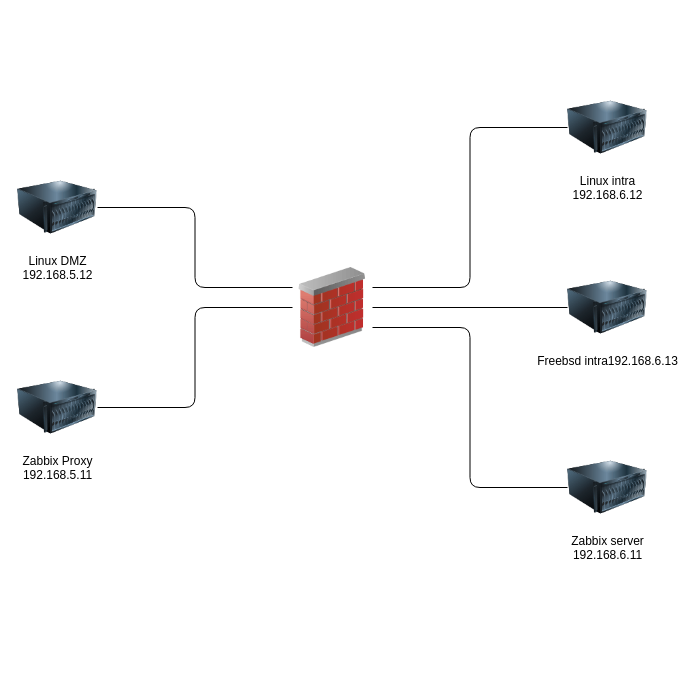
Before: Zabbix.drawio in swenr/zabbix, a draw.io diagram. Source tidied: cells renumbered, new cells numbered last; positions are measured from the earlier drawing's top-left corner, leaving out a move shared by most shapes. Both pictures are drawn from the tidied source at 100%, with x=0, y=0 at pixel (17, 87).
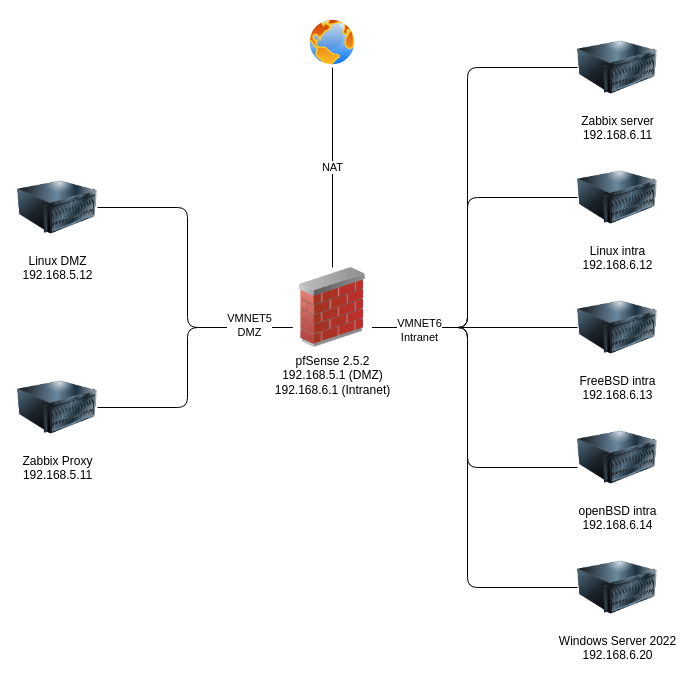
The same page after the edit.

Unchanged cells that the change refers to:
```xml
<mxCell id="5" value="&lt;div&gt;Linux DMZ&lt;/div&gt;&lt;div&gt;192.168.5.12&lt;br&gt;&lt;/div&gt;" style="image;html=1;image=img/lib/clip_art/computers/Server_128x128.png;" parent="1" vertex="1">
  <mxGeometry y="80" width="80" height="80" as="geometry" />
</mxCell>
<mxCell id="7" value="&lt;div&gt;Zabbix Proxy&lt;/div&gt;&lt;div&gt;192.168.5.11&lt;br&gt;&lt;/div&gt;" style="image;html=1;image=img/lib/clip_art/computers/Server_128x128.png;" parent="1" vertex="1">
  <mxGeometry y="280" width="80" height="80" as="geometry" />
</mxCell>
```

Diff of the diagram source:
```diff
@@
-    <mxCell id="2" style="edgeStyle=orthogonalEdgeStyle;rounded=1;jettySize=auto;html=1;exitX=1;exitY=0.25;exitDx=0;exitDy=0;entryX=0;entryY=0.5;entryDx=0;entryDy=0;endArrow=none;endFill=0;" parent="1" edge="1" source="3" target="8">
-      <mxGeometry relative="1" as="geometry" />
+    <mxCell id="2" style="edgeStyle=orthogonalEdgeStyle;rounded=1;jettySize=auto;html=1;entryX=0;entryY=0.5;entryDx=0;entryDy=0;endArrow=none;endFill=0;" parent="1" edge="1" source="3" target="8">
+      <mxGeometry relative="1" as="geometry">
+        <Array as="points">
+          <mxPoint x="450" y="240" />
+          <mxPoint x="450" y="110" />
+        </Array>
+      </mxGeometry>
     </mxCell>
-    <mxCell id="3" style="image;html=1;image=img/lib/clip_art/networking/Firewall_02_128x128.png;" parent="1" vertex="1">
+    <mxCell id="3" value="&lt;div&gt;pfSense 2.5.2&lt;br&gt;&lt;/div&gt;&lt;div&gt;192.168.5.1 (DMZ)&lt;br&gt;&lt;/div&gt;&lt;div&gt;192.168.6.1 (Intranet)&lt;br&gt;&lt;/div&gt;" style="image;html=1;image=img/lib/clip_art/networking/Firewall_02_128x128.png;" parent="1" vertex="1">
       <mxGeometry x="275" y="180" width="80" height="80" as="geometry" />
     </mxCell>
-    <mxCell id="4" style="edgeStyle=orthogonalEdgeStyle;rounded=1;jettySize=auto;html=1;exitX=1;exitY=0.5;exitDx=0;exitDy=0;endArrow=none;endFill=0;entryX=0;entryY=0.25;entryDx=0;entryDy=0;" parent="1" edge="1" source="5" target="3">
-      <mxGeometry relative="1" as="geometry" />
+    <mxCell id="4" style="edgeStyle=orthogonalEdgeStyle;rounded=1;jettySize=auto;html=1;exitX=1;exitY=0.5;exitDx=0;exitDy=0;endArrow=none;endFill=0;" parent="1" edge="1" source="5" target="3">
+      <mxGeometry relative="1" as="geometry">
+        <Array as="points">
+          <mxPoint x="170" y="120" />
+          <mxPoint x="170" y="240" />
+        </Array>
+      </mxGeometry>
     </mxCell>
@@
-    <mxCell id="6" style="edgeStyle=orthogonalEdgeStyle;rounded=1;jettySize=auto;html=1;exitX=1;exitY=0.5;exitDx=0;exitDy=0;endArrow=none;endFill=0;entryX=0;entryY=0.5;entryDx=0;entryDy=0;" parent="1" edge="1" source="7" target="3">
-      <mxGeometry relative="1" as="geometry" />
+    <mxCell id="6" style="edgeStyle=orthogonalEdgeStyle;rounded=1;jettySize=auto;html=1;exitX=1;exitY=0.5;exitDx=0;exitDy=0;endArrow=none;endFill=0;" parent="1" edge="1" source="7" target="3">
+      <mxGeometry relative="1" as="geometry">
+        <Array as="points">
+          <mxPoint x="170" y="320" />
+          <mxPoint x="170" y="240" />
+        </Array>
+      </mxGeometry>
     </mxCell>
+    <mxCell id="13" value="&lt;div&gt;VMNET5&lt;/div&gt;DMZ" style="edgeLabel;html=1;align=center;verticalAlign=middle;" parent="6" vertex="1">
+      <mxGeometry x="0.54" y="3" relative="1" as="geometry">
+        <mxPoint x="19" as="offset" />
+      </mxGeometry>
+    </mxCell>
@@
     <mxCell id="8" value="&lt;div&gt;Linux intra&lt;/div&gt;&lt;div&gt;192.168.6.12&lt;br&gt;&lt;/div&gt;" style="image;html=1;image=img/lib/clip_art/computers/Server_128x128.png;" parent="1" vertex="1">
-      <mxGeometry x="550" width="80" height="80" as="geometry" />
+      <mxGeometry x="560" y="70" width="80" height="80" as="geometry" />
     </mxCell>
     <mxCell id="9" style="edgeStyle=orthogonalEdgeStyle;rounded=1;jettySize=auto;html=1;exitX=0;exitY=0.5;exitDx=0;exitDy=0;endArrow=none;endFill=0;" parent="1" edge="1" source="10" target="3">
-      <mxGeometry relative="1" as="geometry" />
+      <mxGeometry relative="1" as="geometry">
+        <Array as="points">
+          <mxPoint x="560" y="240" />
+        </Array>
+      </mxGeometry>
     </mxCell>
-    <mxCell id="10" value="&lt;div&gt;Freebsd intra192.168.6.13&lt;/div&gt;" style="image;html=1;image=img/lib/clip_art/computers/Server_128x128.png;" parent="1" vertex="1">
-      <mxGeometry x="550" y="180" width="80" height="80" as="geometry" />
+    <mxCell id="10" value="&lt;div&gt;FreeBSD intra&lt;/div&gt;&lt;div&gt;192.168.6.13&lt;/div&gt;" style="image;html=1;image=img/lib/clip_art/computers/Server_128x128.png;" parent="1" vertex="1">
+      <mxGeometry x="560" y="200" width="80" height="80" as="geometry" />
     </mxCell>
-    <mxCell id="11" style="edgeStyle=orthogonalEdgeStyle;rounded=1;jettySize=auto;html=1;exitX=0;exitY=0.5;exitDx=0;exitDy=0;entryX=1;entryY=0.75;entryDx=0;entryDy=0;endArrow=none;endFill=0;" parent="1" edge="1" source="12" target="3">
-      <mxGeometry relative="1" as="geometry" />
+    <mxCell id="11" style="edgeStyle=orthogonalEdgeStyle;rounded=1;jettySize=auto;html=1;exitX=0;exitY=0.5;exitDx=0;exitDy=0;endArrow=none;endFill=0;" parent="1" edge="1" source="12" target="3">
+      <mxGeometry relative="1" as="geometry">
+        <Array as="points">
+          <mxPoint x="450" y="-20" />
+          <mxPoint x="450" y="240" />
+        </Array>
+      </mxGeometry>
     </mxCell>
     <mxCell id="12" value="&lt;div&gt;Zabbix server&lt;/div&gt;&lt;div&gt;192.168.6.11&lt;br&gt;&lt;/div&gt;" style="image;html=1;image=img/lib/clip_art/computers/Server_128x128.png;" parent="1" vertex="1">
-      <mxGeometry x="550" y="360" width="80" height="80" as="geometry" />
+      <mxGeometry x="560" y="-60" width="80" height="80" as="geometry" />
     </mxCell>
+    <mxCell id="14" style="edgeStyle=orthogonalEdgeStyle;rounded=1;jettySize=auto;html=1;endArrow=none;endFill=0;" parent="1" edge="1" source="15" target="3">
+      <mxGeometry relative="1" as="geometry">
+        <Array as="points">
+          <mxPoint x="450" y="500" />
+          <mxPoint x="450" y="240" />
+        </Array>
+      </mxGeometry>
+    </mxCell>
+    <mxCell id="15" value="&lt;div&gt;Windows Server 2022&lt;/div&gt;&lt;div&gt;192.168.6.20&lt;br&gt;&lt;/div&gt;" style="image;html=1;image=img/lib/clip_art/computers/Server_128x128.png;" parent="1" vertex="1">
+      <mxGeometry x="560" y="460" width="80" height="80" as="geometry" />
+    </mxCell>
+    <mxCell id="16" value="NAT" style="edgeStyle=orthogonalEdgeStyle;rounded=0;jettySize=auto;html=1;startArrow=none;startFill=0;endArrow=none;endFill=0;" parent="1" edge="1" source="17" target="3">
+      <mxGeometry relative="1" as="geometry" />
+    </mxCell>
+    <mxCell id="17" style="perimeter=ellipsePerimeter;html=1;align=center;shadow=0;dashed=0;spacingTop=3;image;image=img/lib/active_directory/internet_globe.svg;" parent="1" vertex="1">
+      <mxGeometry x="290" y="-70" width="50" height="50" as="geometry" />
+    </mxCell>
+    <mxCell id="18" style="edgeStyle=orthogonalEdgeStyle;rounded=1;jettySize=auto;html=1;startArrow=none;startFill=0;endArrow=none;endFill=0;" parent="1" edge="1" source="20" target="3">
+      <mxGeometry relative="1" as="geometry">
+        <Array as="points">
+          <mxPoint x="450" y="380" />
+          <mxPoint x="450" y="240" />
+        </Array>
+      </mxGeometry>
+    </mxCell>
+    <mxCell id="19" value="&lt;div&gt;VMNET6&lt;/div&gt;Intranet" style="edgeLabel;html=1;align=center;verticalAlign=middle;" parent="18" vertex="1">
+      <mxGeometry x="0.56" y="2" relative="1" as="geometry">
+        <mxPoint x="-30" as="offset" />
+      </mxGeometry>
+    </mxCell>
+    <mxCell id="20" value="&lt;div&gt;openBSD intra&lt;/div&gt;&lt;div&gt;192.168.6.14&lt;br&gt;&lt;/div&gt;" style="image;html=1;image=img/lib/clip_art/computers/Server_128x128.png;" parent="1" vertex="1">
+      <mxGeometry x="560" y="330" width="80" height="80" as="geometry" />
+    </mxCell>
```
